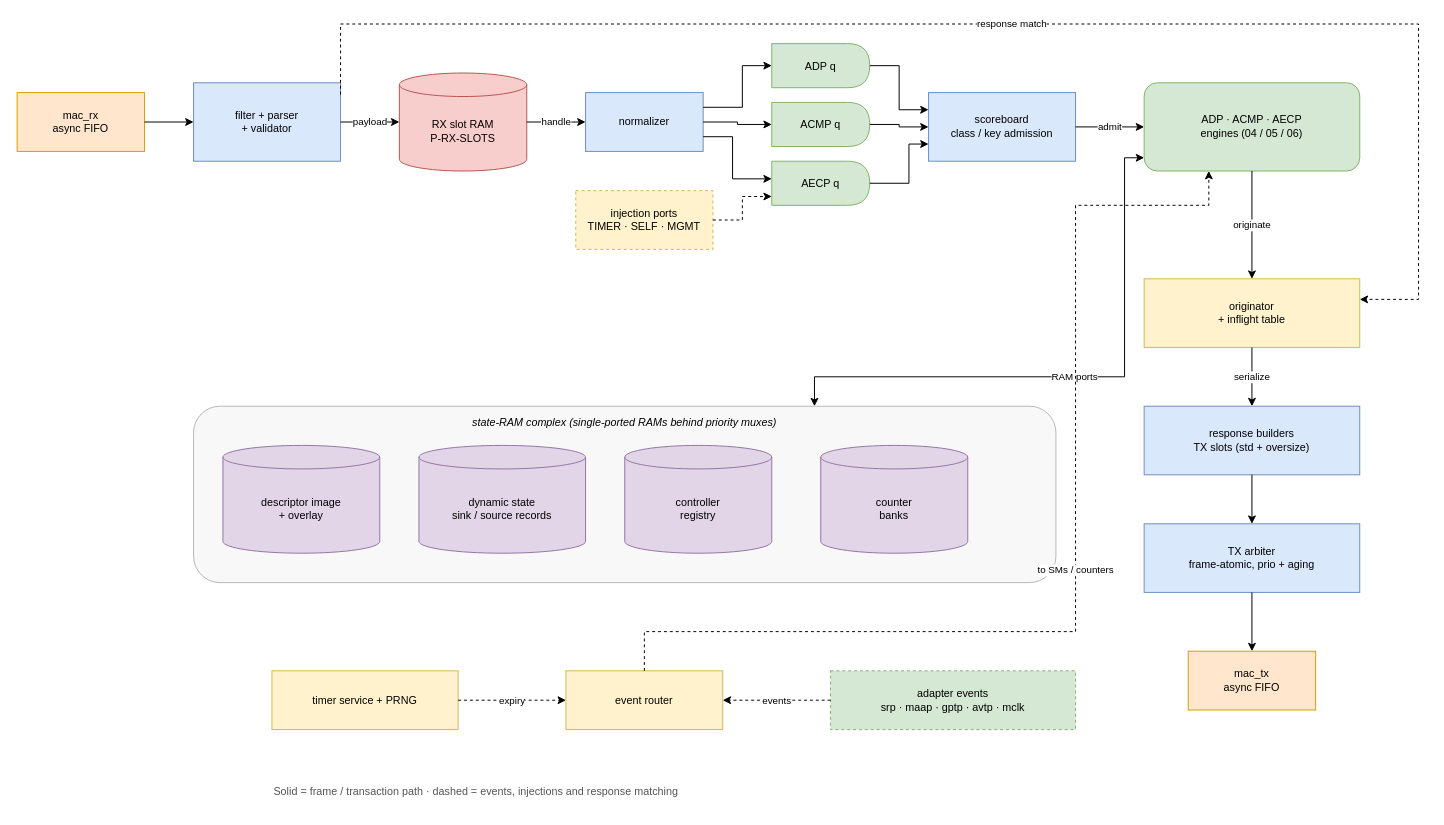
This is docs/diagrams/src/03-shared-datapath.drawio from Mister-M-alt/protocol-processor-control-plane-avb-milan, a draw.io file, before an edit. Source tidied: cells renumbered, new cells numbered last; positions are measured from the earlier drawing's top-left corner, leaving out a move shared by most shapes. Both pictures are drawn from the tidied source at 98%, with x=0, y=0 at pixel (17, 24).
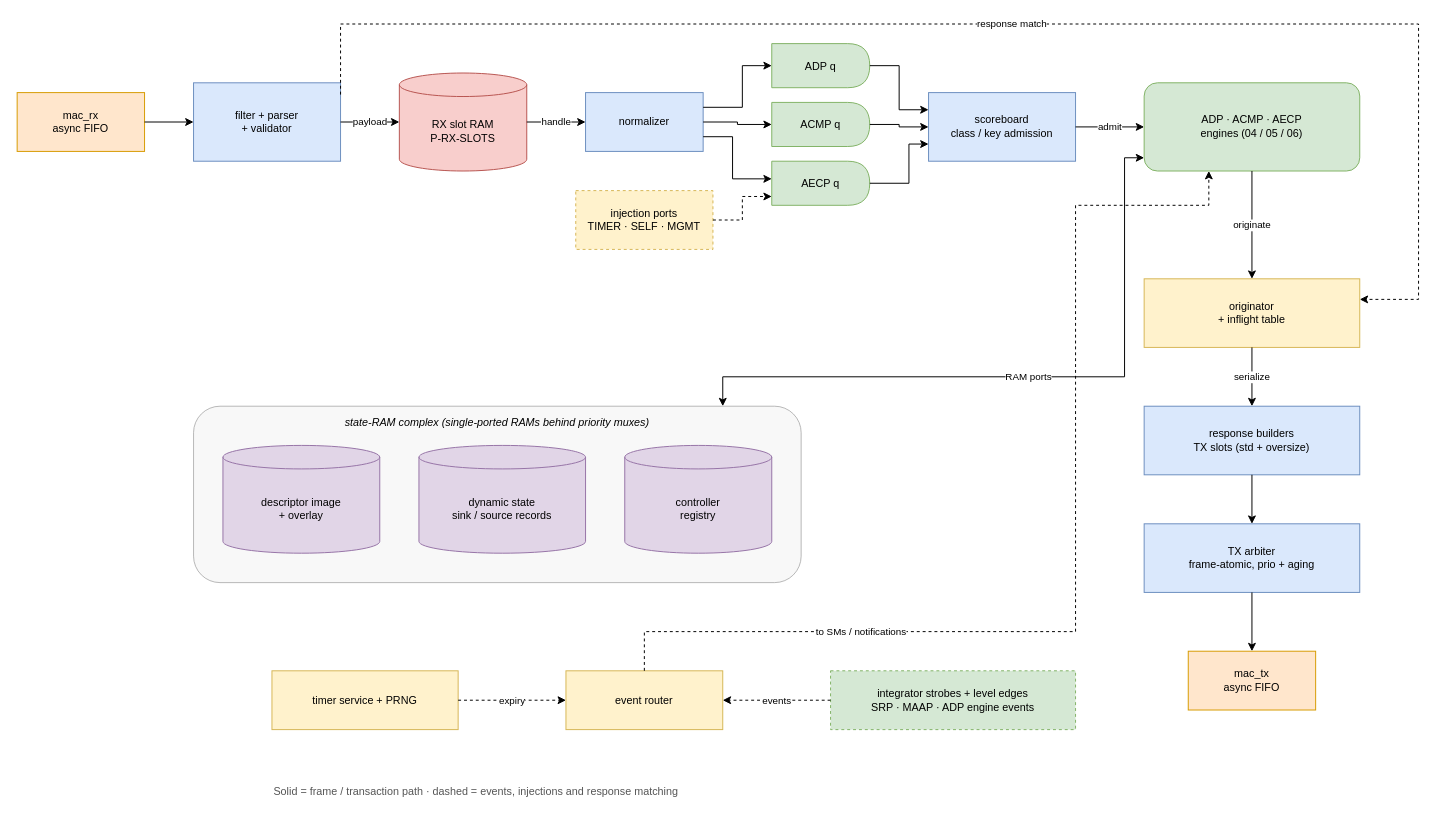
The same page after the edit.

Commit message (it also covers changes not shown here):
Redraw F01.1, F01.2 and F03.1 to the landed top: no counter block or bank, no gPTP, AVTP or media-clock adapter, the faces of 02 §4

The change refers to these unchanged cells:
```xml
<mxCell id="11" value="ADP · ACMP · AECP&#10;engines (04 / 05 / 06)" style="rounded=1;whiteSpace=wrap;html=1;fillColor=#d5e8d4;strokeColor=#82b366;fontSize=11;" parent="1" vertex="1">
  <mxGeometry x="1150" y="60" width="220" height="90" as="geometry" />
</mxCell>
<mxCell id="22" value="event router" style="rounded=0;whiteSpace=wrap;html=1;fillColor=#fff2cc;strokeColor=#d6b656;fontSize=11;" parent="1" vertex="1">
  <mxGeometry x="560" y="660" width="160" height="60" as="geometry" />
</mxCell>
```

Change to the diagram source:
```diff
@@
     <mxCell id="16" value="state-RAM complex (single-ported RAMs behind priority muxes)" style="rounded=1;whiteSpace=wrap;html=1;fillColor=#f5f5f5;strokeColor=#999999;verticalAlign=top;fontStyle=2;fontSize=11;opacity=70;spacingTop=4;" parent="1" vertex="1">
-      <mxGeometry x="180" y="390" width="880" height="180" as="geometry" />
+      <mxGeometry x="180" y="390" width="620" height="180" as="geometry" />
     </mxCell>
@@
-    <mxCell id="20" value="counter&#10;banks" style="shape=cylinder3;whiteSpace=wrap;html=1;fillColor=#e1d5e7;strokeColor=#9673a6;size=12;fontSize=11;boundedLbl=1;" parent="1" vertex="1">
-      <mxGeometry x="820" y="430" width="150" height="110" as="geometry" />
-    </mxCell>
@@
-    <mxCell id="23" value="adapter events&#10;srp · maap · gptp · avtp · mclk" style="rounded=0;whiteSpace=wrap;html=1;fillColor=#d5e8d4;strokeColor=#82b366;dashed=1;fontSize=11;" parent="1" vertex="1">
-      <mxGeometry x="830" y="660" width="250" height="60" as="geometry" />
-    </mxCell>
+    <mxCell id="45" value="integrator strobes + level edges&#10;SRP · MAAP · ADP engine events" style="rounded=0;whiteSpace=wrap;html=1;fillColor=#d5e8d4;strokeColor=#82b366;dashed=1;fontSize=11;" parent="1" vertex="1">
+      <mxGeometry x="830" y="660" width="250" height="60" as="geometry" />
+    </mxCell>
@@
-    <mxCell id="40" value="RAM ports" style="edgeStyle=orthogonalEdgeStyle;rounded=0;html=1;fontSize=10;labelBackgroundColor=#ffffff;startArrow=classic;startFill=1;exitX=0;exitY=0.85;exitDx=0;exitDy=0;entryX=0.72;entryY=0;entryDx=0;entryDy=0;" parent="1" edge="1" source="11" target="16">
+    <mxCell id="40" value="RAM ports" style="edgeStyle=orthogonalEdgeStyle;rounded=0;html=1;fontSize=10;labelBackgroundColor=#ffffff;startArrow=classic;startFill=1;exitX=0;exitY=0.85;exitDx=0;exitDy=0;entryX=0.871;entryY=0;entryDx=0;entryDy=0;" parent="1" edge="1" source="11" target="16">
       <mxGeometry relative="1" as="geometry">
         <Array as="points">
           <mxPoint x="1130" y="137" />
           <mxPoint x="1130" y="360" />
-          <mxPoint x="814" y="360" />
+          <mxPoint x="720" y="360" />
         </Array>
       </mxGeometry>
     </mxCell>
@@
-    <mxCell id="43" value="events" style="edgeStyle=orthogonalEdgeStyle;rounded=0;html=1;dashed=1;fontSize=10;labelBackgroundColor=#ffffff;exitX=0;exitY=0.5;exitDx=0;exitDy=0;entryX=1;entryY=0.5;entryDx=0;entryDy=0;" parent="1" edge="1" source="23" target="22">
+    <mxCell id="43" value="events" style="edgeStyle=orthogonalEdgeStyle;rounded=0;html=1;dashed=1;fontSize=10;labelBackgroundColor=#ffffff;exitX=0;exitY=0.5;exitDx=0;exitDy=0;entryX=1;entryY=0.5;entryDx=0;entryDy=0;" parent="1" edge="1" source="45" target="22">
       <mxGeometry relative="1" as="geometry" />
     </mxCell>
-    <mxCell id="44" value="to SMs / counters" style="edgeStyle=orthogonalEdgeStyle;rounded=0;html=1;dashed=1;fontSize=10;labelBackgroundColor=#ffffff;exitX=0.5;exitY=0;exitDx=0;exitDy=0;entryX=0.3;entryY=1;entryDx=0;entryDy=0;" parent="1" edge="1" source="22" target="11">
-      <mxGeometry relative="1" as="geometry">
+    <mxCell id="44" value="to SMs / notifications" style="edgeStyle=orthogonalEdgeStyle;rounded=0;html=1;dashed=1;fontSize=10;labelBackgroundColor=#ffffff;exitX=0.5;exitY=0;exitDx=0;exitDy=0;entryX=0.3;entryY=1;entryDx=0;entryDy=0;" parent="1" edge="1" source="22" target="11">
+      <mxGeometry x="-0.52" relative="1" as="geometry">
         <Array as="points">
           <mxPoint x="640" y="620" />
           <mxPoint x="1080" y="620" />
           <mxPoint x="1080" y="185" />
           <mxPoint x="1216" y="185" />
         </Array>
       </mxGeometry>
     </mxCell>
```
